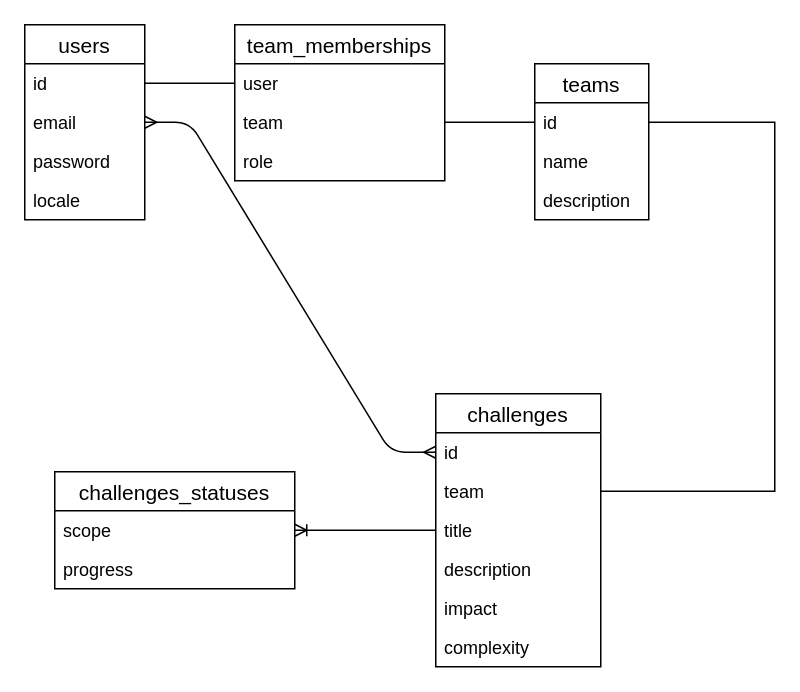
This is data.drawio from joaomelo/arc, a draw.io file, before an edit. Source tidied: cells renumbered, new cells numbered last; positions are measured from the earlier drawing's top-left corner, leaving out a move shared by most shapes. Both pictures are drawn from the tidied source at 150%, with x=0, y=0 at pixel (24, 24).
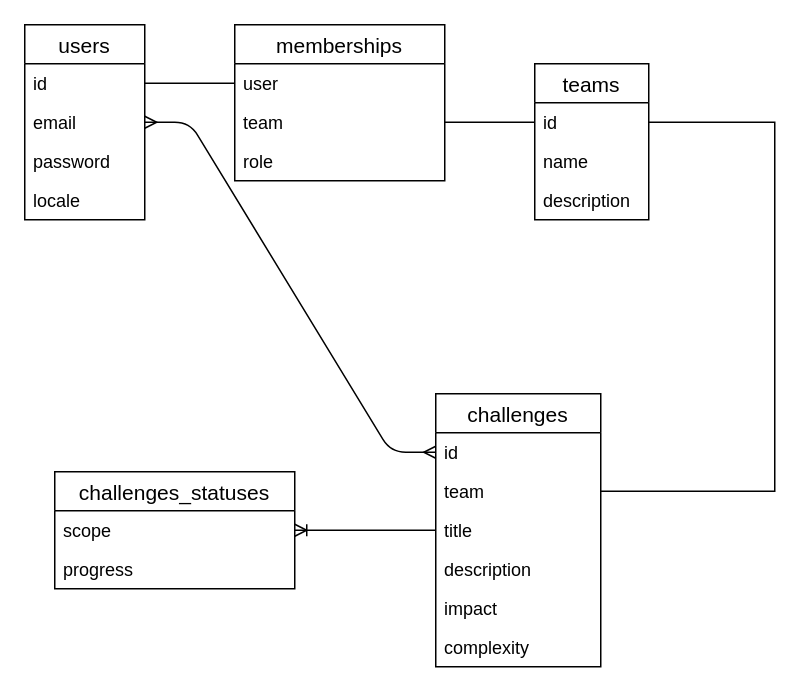
Above is the later version.

Diff of the diagram source:
```diff
@@
-    <mxCell id="2" value="team_memberships" style="swimlane;fontStyle=0;horizontal=1;startSize=26;align=center;fontSize=14;" parent="1" vertex="1">
+    <mxCell id="2" value="memberships" style="swimlane;fontStyle=0;horizontal=1;startSize=26;align=center;fontSize=14;" parent="1" vertex="1">
       <mxGeometry x="140" width="140" height="104" as="geometry" />
     </mxCell>
```
